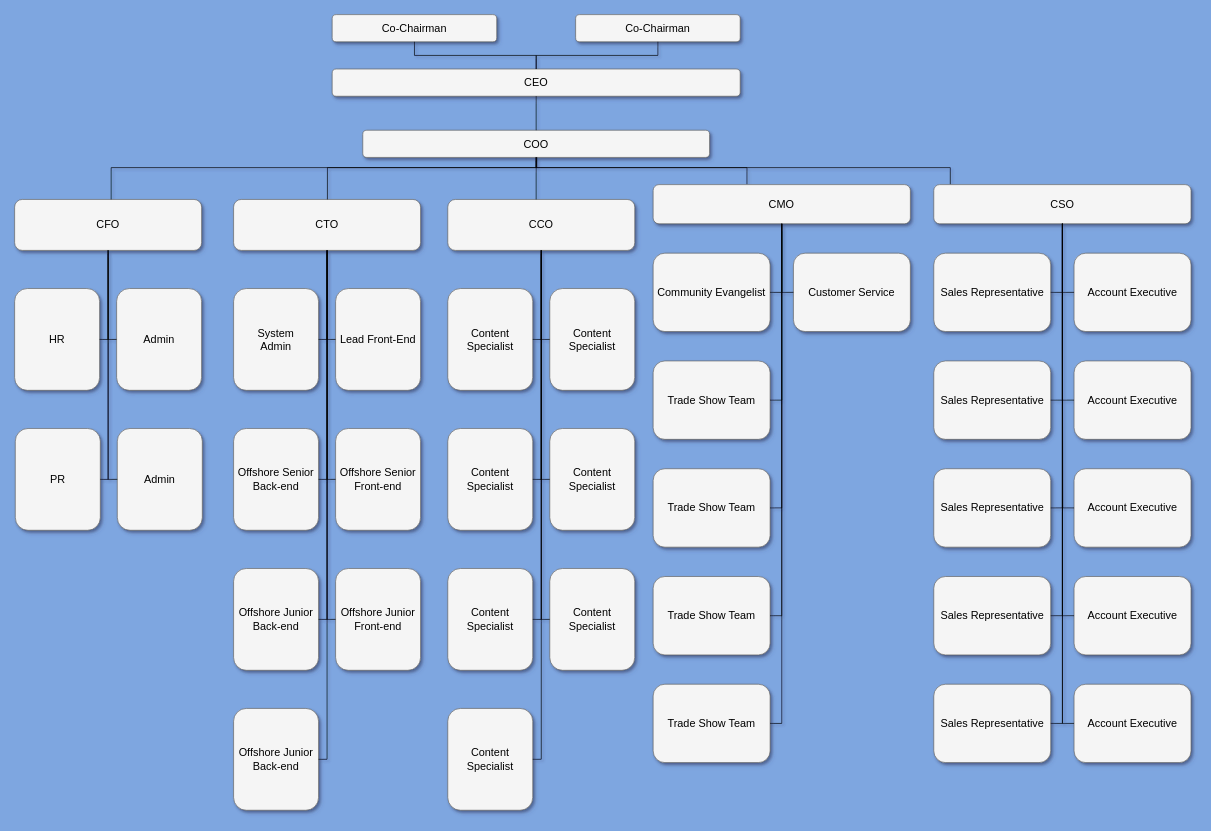
This is Organigramm.drawio from AndreasMueck/AndreasMueck.github.io, a draw.io file, before an edit. Source tidied: cells renumbered, new cells numbered last; positions are measured from the earlier drawing's top-left corner, leaving out a move shared by most shapes. Both pictures are drawn from the tidied source at 68%, with x=0, y=0 at pixel (14, 14).
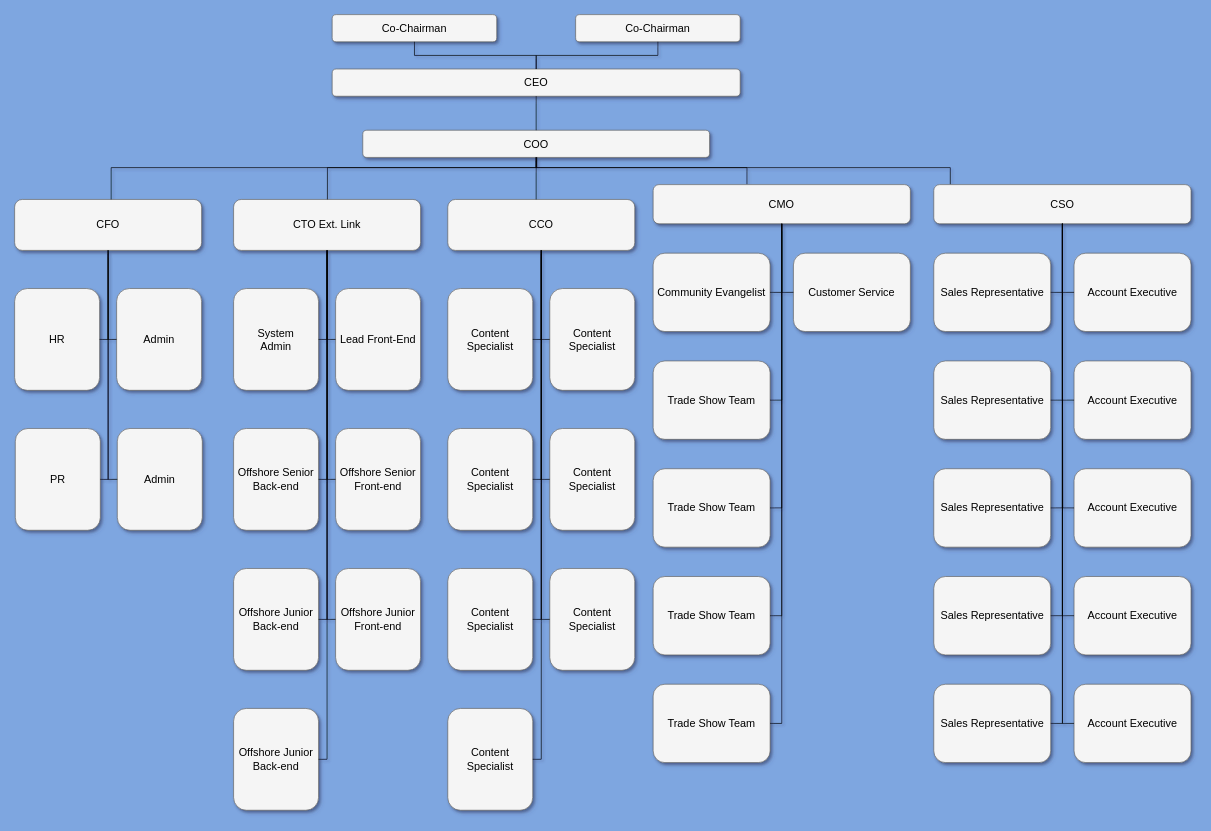
The same diagram, later.

Unchanged cells that the change refers to:
```xml
<mxCell id="46" style="group;" parent="1" vertex="1">
  <mxGeometry y="225" width="912" height="945" as="geometry" />
</mxCell>
```

Change to the diagram source:
```diff
@@
-    <mxCell id="47" value="CTO" style="whiteSpace=wrap;html=1;rounded=1;shadow=1;strokeWidth=1;fontSize=16;align=center;fillColor=#f5f5f5;strokeColor=#666666;" parent="46" vertex="1">
+    <mxCell id="47" value="CTO Ext. Link" style="whiteSpace=wrap;html=1;rounded=1;shadow=1;strokeWidth=1;fontSize=16;align=center;fillColor=#f5f5f5;strokeColor=#666666;" parent="46" vertex="1">
       <mxGeometry x="322" y="46.8" width="275" height="74.9" as="geometry" />
     </mxCell>
```
